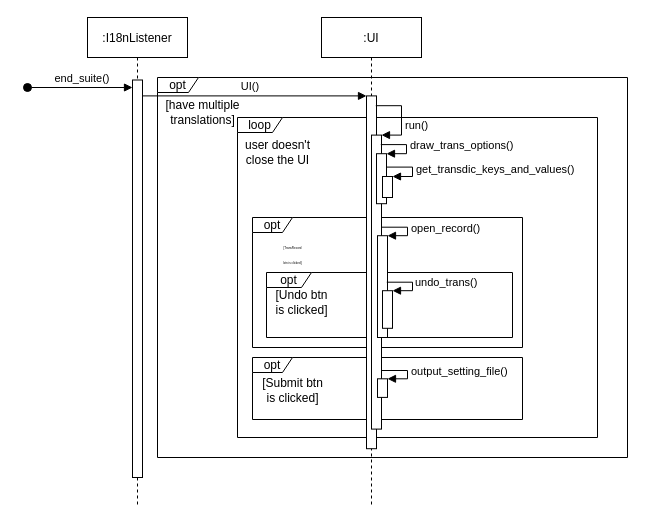
Before: page "一詞多譯UI" (2 of 4) of UML/i18n sequence diagram.drawio in Rexmen/i18n, a draw.io diagram. Source tidied: cells renumbered, new cells numbered last; positions are measured from the earlier drawing's top-left corner, leaving out a move shared by most shapes. Both pictures are drawn from the tidied source at 100%, with x=0, y=0 at pixel (27, 17).
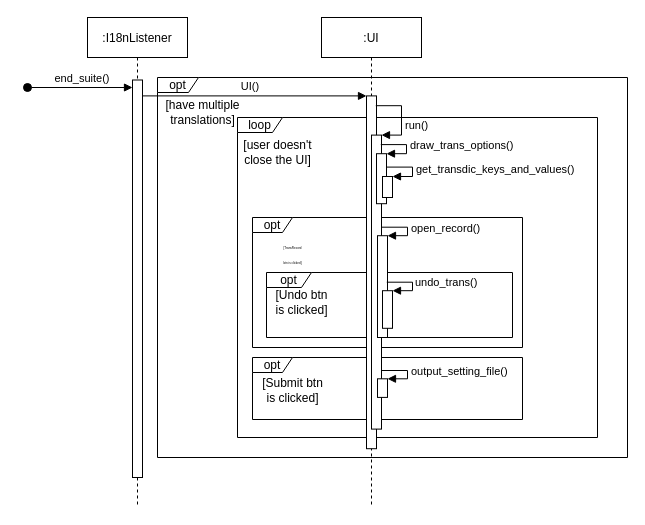
After the change.

What changed in the source:
```diff
@@
-    <mxCell id="24" value="user doesn't &lt;br&gt;close the UI" style="text;html=1;align=center;verticalAlign=middle;strokeColor=none;" parent="1" vertex="1">
+    <mxCell id="24" value="[user doesn't &lt;br&gt;close the UI]" style="text;html=1;align=center;verticalAlign=middle;strokeColor=none;" parent="1" vertex="1">
       <mxGeometry x="210" y="120" width="80" height="30" as="geometry" />
     </mxCell>
```
